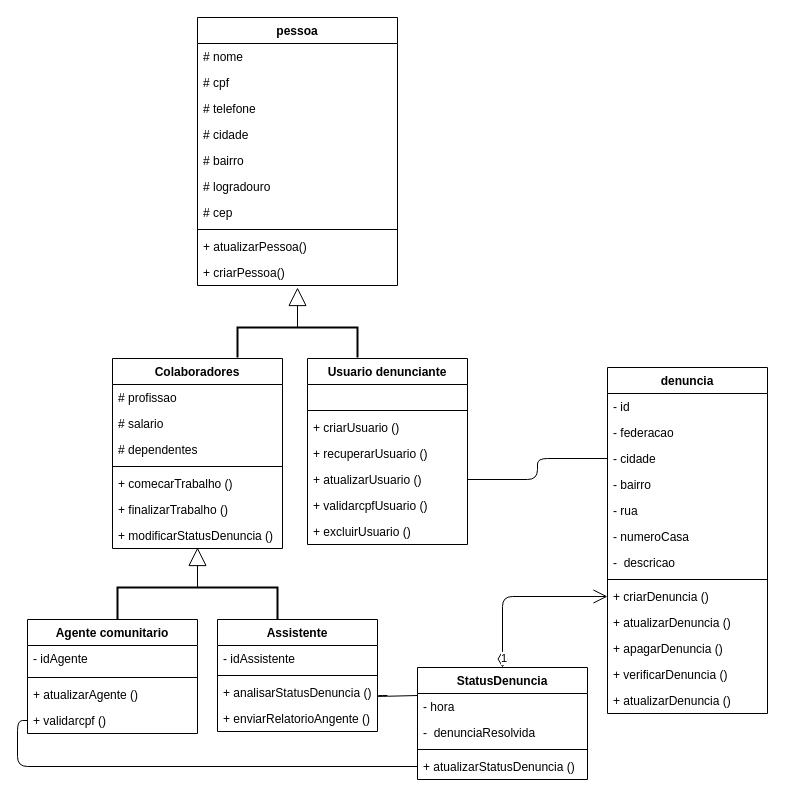
Before: DiagramaDeClasses.drawio in Jefferson-sudo/Producao-textual-individual-3-semestre-Unopar, a draw.io diagram. Source tidied: cells renumbered, new cells numbered last; positions are measured from the earlier drawing's top-left corner, leaving out a move shared by most shapes. Both pictures are drawn from the tidied source at 100%, with x=0, y=0 at pixel (27, 17).
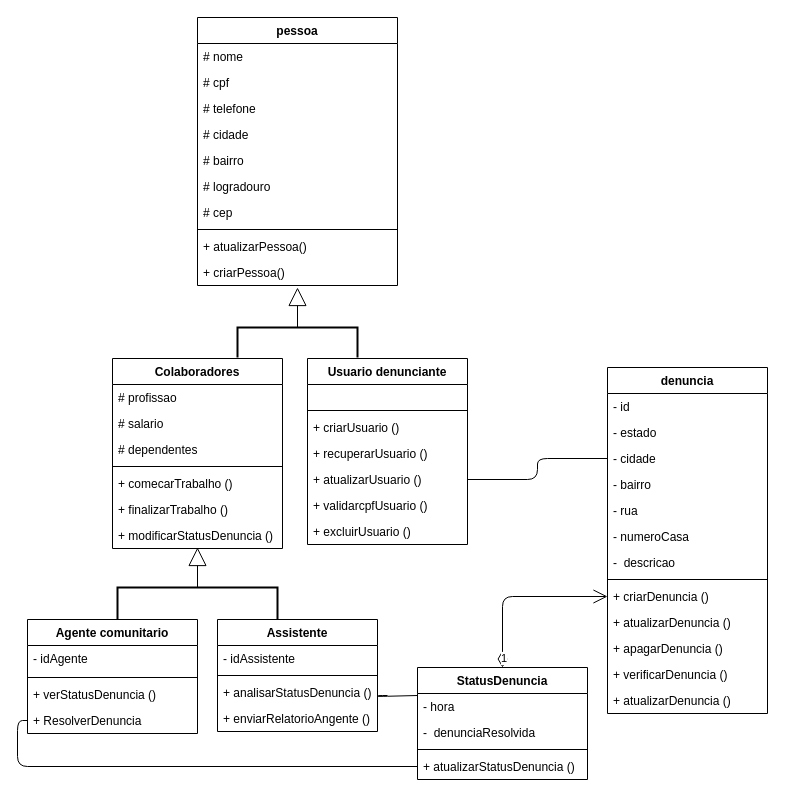
The same diagram, later.

Unchanged cells that the change refers to:
```xml
<mxCell id="23" value="Agente comunitario" style="swimlane;fontStyle=1;align=center;verticalAlign=top;horizontal=1;startSize=26;" parent="1" vertex="1">
  <mxGeometry y="602" width="170" height="114" as="geometry" />
</mxCell>
<mxCell id="35" value="denuncia" style="swimlane;fontStyle=1;align=center;verticalAlign=top;horizontal=1;startSize=26;" parent="1" vertex="1">
  <mxGeometry x="580" y="350" width="160" height="346" as="geometry" />
</mxCell>
```

The edit, as a diff of the source:
```diff
@@
-    <mxCell id="26" value="+ atualizarAgente ()" style="text;strokeColor=none;fillColor=none;align=left;verticalAlign=top;spacingLeft=4;spacingRight=4;overflow=hidden;" parent="23" vertex="1">
+    <mxCell id="26" value="+ verStatusDenuncia ()" style="text;strokeColor=none;fillColor=none;align=left;verticalAlign=top;spacingLeft=4;spacingRight=4;overflow=hidden;" parent="23" vertex="1">
       <mxGeometry y="62" width="170" height="26" as="geometry" />
     </mxCell>
-    <mxCell id="27" value="+ validarcpf ()" style="text;strokeColor=none;fillColor=none;align=left;verticalAlign=top;spacingLeft=4;spacingRight=4;overflow=hidden;points=[[0,0.5],[1,0.5]];portConstraint=eastwest;" parent="23" vertex="1">
+    <mxCell id="27" value="+ ResolverDenuncia" style="text;strokeColor=none;fillColor=none;align=left;verticalAlign=top;spacingLeft=4;spacingRight=4;overflow=hidden;points=[[0,0.5],[1,0.5]];portConstraint=eastwest;" parent="23" vertex="1">
       <mxGeometry y="88" width="170" height="26" as="geometry" />
     </mxCell>
@@
-    <mxCell id="36" value="- id" style="text;strokeColor=none;fillColor=none;align=left;verticalAlign=top;spacingLeft=4;spacingRight=4;overflow=hidden;" parent="35" vertex="1">
-      <mxGeometry y="26" width="160" height="26" as="geometry" />
-    </mxCell>
-    <mxCell id="37" value="- federacao" style="text;strokeColor=none;fillColor=none;align=left;verticalAlign=top;spacingLeft=4;spacingRight=4;overflow=hidden;" parent="35" vertex="1">
-      <mxGeometry y="52" width="160" height="26" as="geometry" />
+    <mxCell id="37" value="- id" style="text;strokeColor=none;fillColor=none;align=left;verticalAlign=top;spacingLeft=4;spacingRight=4;overflow=hidden;" parent="35" vertex="1">
+      <mxGeometry y="26" width="160" height="26" as="geometry" />
     </mxCell>
+    <mxCell id="66" value="- estado" style="text;strokeColor=none;fillColor=none;align=left;verticalAlign=top;spacingLeft=4;spacingRight=4;overflow=hidden;" parent="35" vertex="1">
+      <mxGeometry y="52" width="160" height="26" as="geometry" />
+    </mxCell>
```
